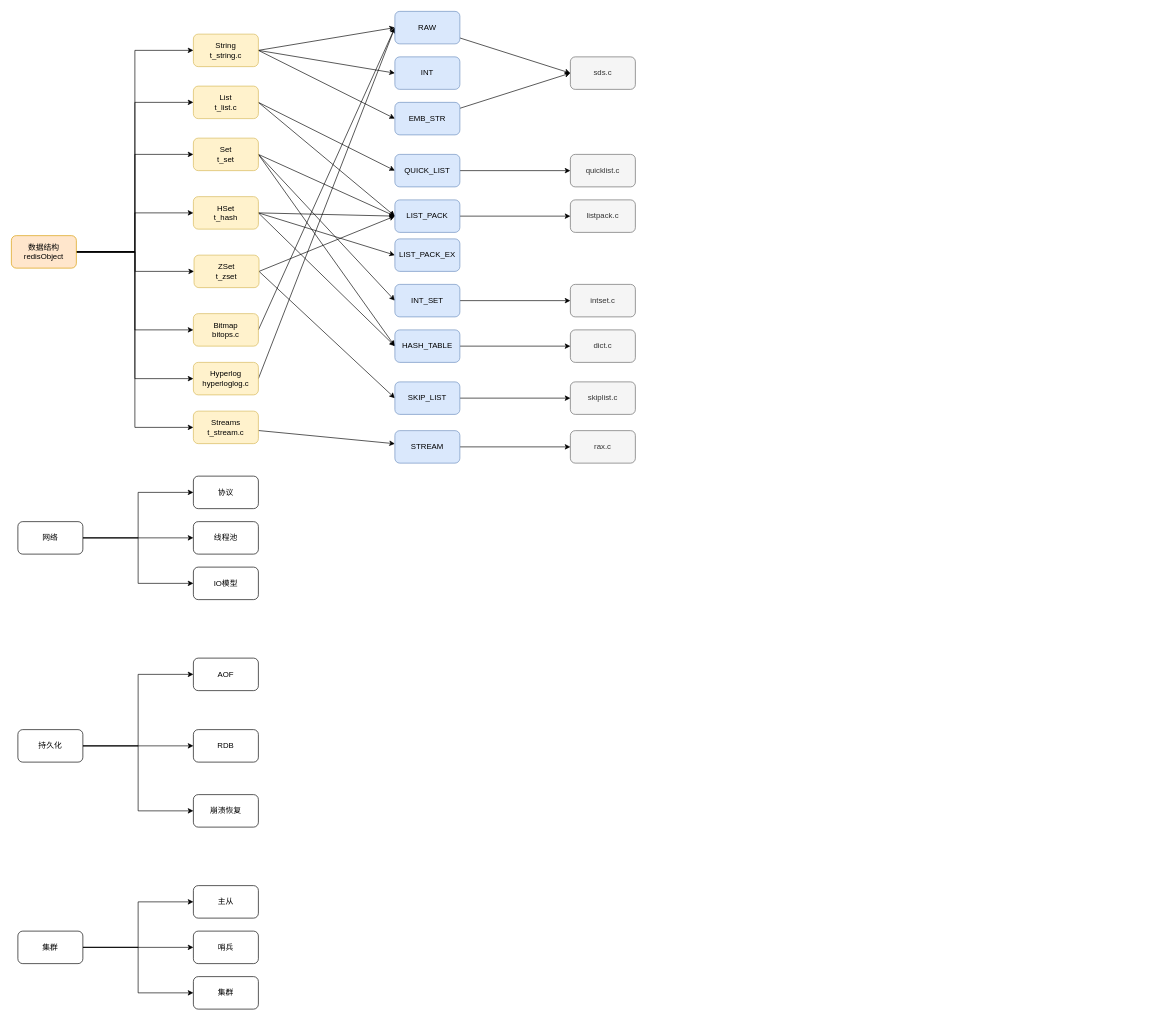
Above: page "redis" (4 of 7) of blog.drawio in lovercode/drawio (draw.io), before the change. Source tidied: cells renumbered, new cells numbered last; positions are measured from the earlier drawing's top-left corner, leaving out a move shared by most shapes. Both pictures are drawn from the tidied source at 65%, with x=0, y=0 at pixel (11, 11).
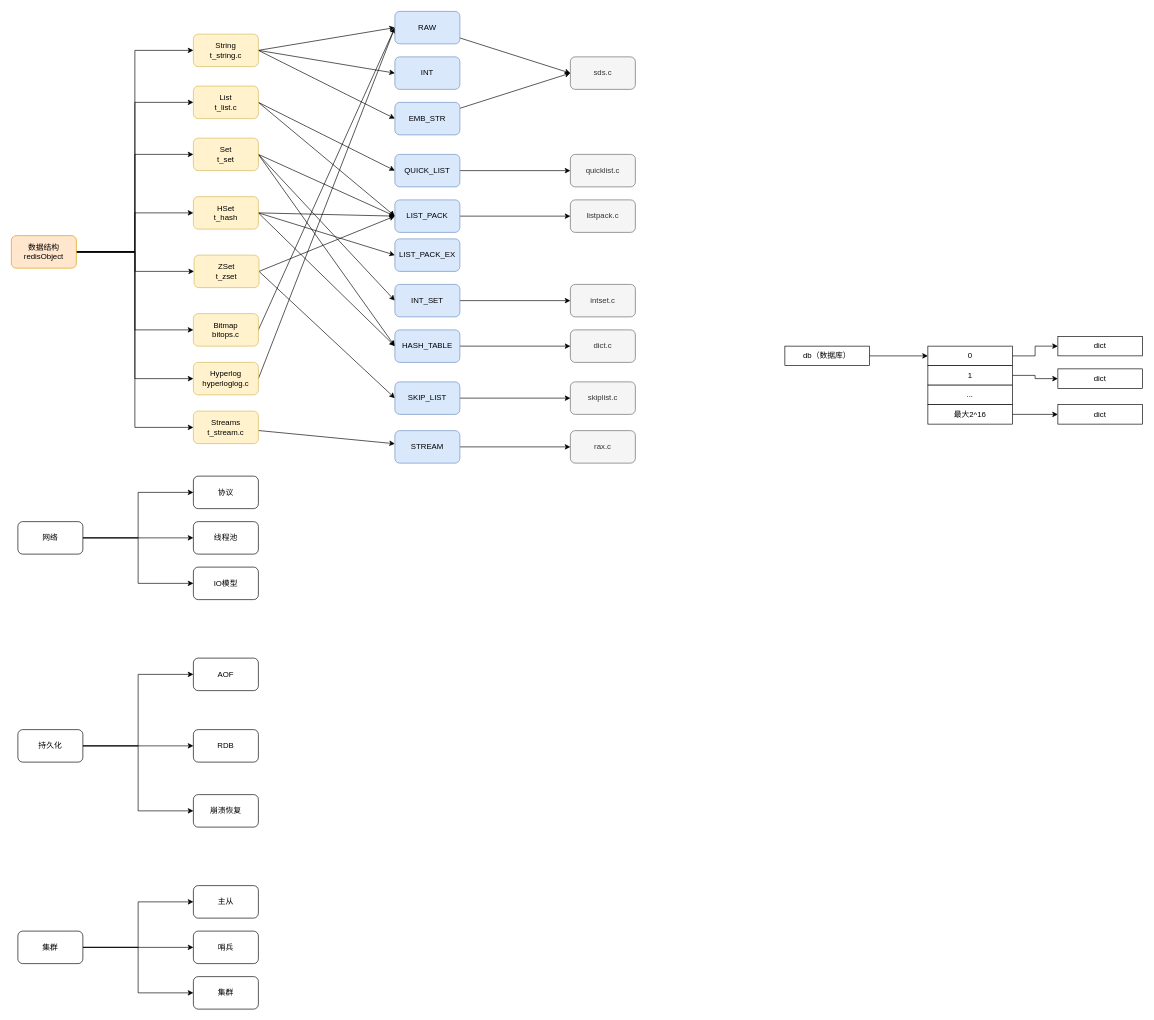
After the change.

What changed in the source:
```diff
@@
+    <mxCell id="81" style="edgeStyle=orthogonalEdgeStyle;rounded=0;jettySize=auto;html=1;" parent="1" edge="1" source="82" target="84">
+      <mxGeometry relative="1" as="geometry" />
+    </mxCell>
+    <mxCell id="82" value="db（数据库）" style="rounded=0;whiteSpace=wrap;html=1;" parent="1" vertex="1">
+      <mxGeometry x="1190" y="515" width="130" height="30" as="geometry" />
+    </mxCell>
+    <mxCell id="83" style="edgeStyle=orthogonalEdgeStyle;rounded=0;jettySize=auto;html=1;entryX=0;entryY=0.5;entryDx=0;entryDy=0;" parent="1" edge="1" source="84" target="91">
+      <mxGeometry relative="1" as="geometry" />
+    </mxCell>
+    <mxCell id="84" value="0" style="rounded=0;whiteSpace=wrap;html=1;" parent="1" vertex="1">
+      <mxGeometry x="1410" y="515" width="130" height="30" as="geometry" />
+    </mxCell>
+    <mxCell id="85" style="edgeStyle=orthogonalEdgeStyle;rounded=0;jettySize=auto;html=1;entryX=0;entryY=0.5;entryDx=0;entryDy=0;" parent="1" edge="1" source="86" target="90">
+      <mxGeometry relative="1" as="geometry" />
+    </mxCell>
+    <mxCell id="86" value="1" style="rounded=0;whiteSpace=wrap;html=1;" parent="1" vertex="1">
+      <mxGeometry x="1410" y="545" width="130" height="30" as="geometry" />
+    </mxCell>
+    <mxCell id="87" value="..." style="rounded=0;whiteSpace=wrap;html=1;" parent="1" vertex="1">
+      <mxGeometry x="1410" y="575" width="130" height="30" as="geometry" />
+    </mxCell>
+    <mxCell id="88" style="edgeStyle=orthogonalEdgeStyle;rounded=0;jettySize=auto;html=1;entryX=0;entryY=0.5;entryDx=0;entryDy=0;" parent="1" edge="1" source="89" target="92">
+      <mxGeometry relative="1" as="geometry" />
+    </mxCell>
+    <mxCell id="89" value="最大2^16" style="rounded=0;whiteSpace=wrap;html=1;" parent="1" vertex="1">
+      <mxGeometry x="1410" y="605" width="130" height="30" as="geometry" />
+    </mxCell>
+    <mxCell id="90" value="dict" style="rounded=0;whiteSpace=wrap;html=1;" parent="1" vertex="1">
+      <mxGeometry x="1610" y="550" width="130" height="30" as="geometry" />
+    </mxCell>
+    <mxCell id="91" value="dict" style="rounded=0;whiteSpace=wrap;html=1;" parent="1" vertex="1">
+      <mxGeometry x="1610" y="500" width="130" height="30" as="geometry" />
+    </mxCell>
+    <mxCell id="92" value="dict" style="rounded=0;whiteSpace=wrap;html=1;" parent="1" vertex="1">
+      <mxGeometry x="1610" y="605" width="130" height="30" as="geometry" />
+    </mxCell>
```
